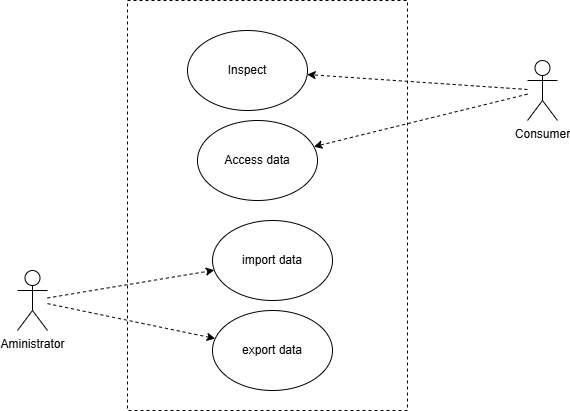
Earlier version of the draw.io export input/images/main-actors-and-usecases.drawio.png (euridice-org/jwg-api). Source tidied: cells renumbered, new cells last; positions are measured from the earlier drawing's top-left corner, leaving out a move shared by most shapes. The source it was exported from:
```xml
<mxGraphModel>
  <root>
    <mxCell id="0" />
    <mxCell id="1" parent="0" />
    <mxCell id="2" style="rounded=0;whiteSpace=wrap;html=1;dashed=1;fillColor=none;" parent="1" vertex="1">
      <mxGeometry x="110" width="280" height="410" as="geometry" />
    </mxCell>
    <mxCell id="3" value="Consumer" style="shape=umlActor;verticalLabelPosition=bottom;verticalAlign=top;html=1;outlineConnect=0;" parent="1" vertex="1">
      <mxGeometry x="510" y="60" width="30" height="60" as="geometry" />
    </mxCell>
    <mxCell id="4" value="Aministrator" style="shape=umlActor;verticalLabelPosition=bottom;verticalAlign=top;html=1;outlineConnect=0;" parent="1" vertex="1">
      <mxGeometry y="270" width="30" height="60" as="geometry" />
    </mxCell>
    <mxCell id="5" value="Inspect" style="ellipse;whiteSpace=wrap;html=1;" parent="1" vertex="1">
      <mxGeometry x="170" y="30" width="120" height="80" as="geometry" />
    </mxCell>
    <mxCell id="6" style="endArrow=classic;html=1;dashed=1;" parent="1" edge="1" source="3" target="5">
      <mxGeometry relative="1" as="geometry" />
    </mxCell>
    <mxCell id="7" style="endArrow=classic;html=1;dashed=1;" parent="1" edge="1" source="4" target="8">
      <mxGeometry relative="1" as="geometry" />
    </mxCell>
    <mxCell id="8" value="import data" style="ellipse;whiteSpace=wrap;html=1;" parent="1" vertex="1">
      <mxGeometry x="195" y="220" width="120" height="80" as="geometry" />
    </mxCell>
    <mxCell id="9" value="export data" style="ellipse;whiteSpace=wrap;html=1;" parent="1" vertex="1">
      <mxGeometry x="195" y="310" width="120" height="80" as="geometry" />
    </mxCell>
    <mxCell id="10" style="endArrow=classic;html=1;dashed=1;" parent="1" edge="1" source="4" target="9">
      <mxGeometry relative="1" as="geometry" />
    </mxCell>
    <mxCell id="11" value="Access data" style="ellipse;whiteSpace=wrap;html=1;" parent="1" vertex="1">
      <mxGeometry x="180" y="120" width="120" height="80" as="geometry" />
    </mxCell>
    <mxCell id="12" style="endArrow=classic;html=1;dashed=1;" parent="1" edge="1" source="3" target="11">
      <mxGeometry relative="1" as="geometry" />
    </mxCell>
  </root>
</mxGraphModel>
```
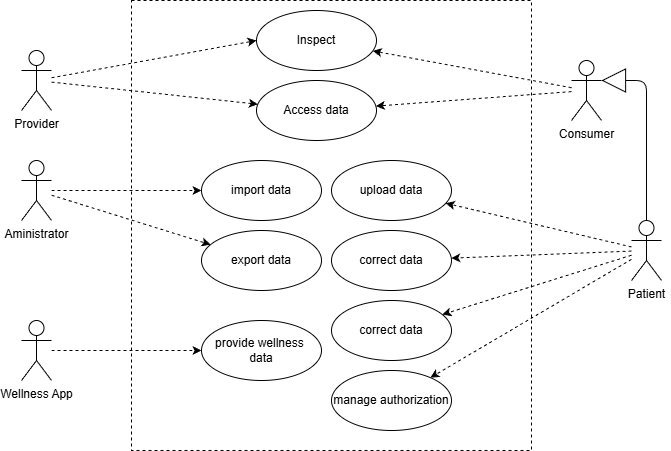
After the commit.

Commit message:
Refined use cases, fixed missing provenance revinlcude fields.

The edit, as a diff of the source:
```diff
@@ -3,16 +3,16 @@
     <mxCell id="0" />
     <mxCell id="1" parent="0" />
     <mxCell id="2" style="rounded=0;whiteSpace=wrap;html=1;dashed=1;fillColor=none;" parent="1" vertex="1">
-      <mxGeometry x="110" width="280" height="410" as="geometry" />
+      <mxGeometry x="70" width="400" height="450" as="geometry" />
     </mxCell>
     <mxCell id="3" value="Consumer" style="shape=umlActor;verticalLabelPosition=bottom;verticalAlign=top;html=1;outlineConnect=0;" parent="1" vertex="1">
       <mxGeometry x="510" y="60" width="30" height="60" as="geometry" />
     </mxCell>
     <mxCell id="4" value="Aministrator" style="shape=umlActor;verticalLabelPosition=bottom;verticalAlign=top;html=1;outlineConnect=0;" parent="1" vertex="1">
-      <mxGeometry y="270" width="30" height="60" as="geometry" />
+      <mxGeometry x="-40" y="160" width="30" height="60" as="geometry" />
     </mxCell>
     <mxCell id="5" value="Inspect" style="ellipse;whiteSpace=wrap;html=1;" parent="1" vertex="1">
-      <mxGeometry x="170" y="30" width="120" height="80" as="geometry" />
+      <mxGeometry x="195" y="10" width="120" height="60" as="geometry" />
     </mxCell>
     <mxCell id="6" style="endArrow=classic;html=1;dashed=1;" parent="1" edge="1" source="3" target="5">
       <mxGeometry relative="1" as="geometry" />
@@ -21,19 +21,73 @@
       <mxGeometry relative="1" as="geometry" />
     </mxCell>
     <mxCell id="8" value="import data" style="ellipse;whiteSpace=wrap;html=1;" parent="1" vertex="1">
-      <mxGeometry x="195" y="220" width="120" height="80" as="geometry" />
+      <mxGeometry x="140" y="160" width="120" height="60" as="geometry" />
     </mxCell>
     <mxCell id="9" value="export data" style="ellipse;whiteSpace=wrap;html=1;" parent="1" vertex="1">
-      <mxGeometry x="195" y="310" width="120" height="80" as="geometry" />
+      <mxGeometry x="140" y="230" width="120" height="60" as="geometry" />
     </mxCell>
     <mxCell id="10" style="endArrow=classic;html=1;dashed=1;" parent="1" edge="1" source="4" target="9">
       <mxGeometry relative="1" as="geometry" />
     </mxCell>
     <mxCell id="11" value="Access data" style="ellipse;whiteSpace=wrap;html=1;" parent="1" vertex="1">
-      <mxGeometry x="180" y="120" width="120" height="80" as="geometry" />
+      <mxGeometry x="195" y="80" width="120" height="60" as="geometry" />
     </mxCell>
     <mxCell id="12" style="endArrow=classic;html=1;dashed=1;" parent="1" edge="1" source="3" target="11">
       <mxGeometry relative="1" as="geometry" />
     </mxCell>
+    <mxCell id="13" value="upload data" style="ellipse;whiteSpace=wrap;html=1;" parent="1" vertex="1">
+      <mxGeometry x="270" y="160" width="120" height="60" as="geometry" />
+    </mxCell>
+    <mxCell id="14" value="correct data" style="ellipse;whiteSpace=wrap;html=1;" parent="1" vertex="1">
+      <mxGeometry x="270" y="230" width="120" height="60" as="geometry" />
+    </mxCell>
+    <mxCell id="15" value="correct data" style="ellipse;whiteSpace=wrap;html=1;" parent="1" vertex="1">
+      <mxGeometry x="270" y="300" width="120" height="60" as="geometry" />
+    </mxCell>
+    <mxCell id="16" value="Provider" style="shape=umlActor;verticalLabelPosition=bottom;verticalAlign=top;html=1;outlineConnect=0;" parent="1" vertex="1">
+      <mxGeometry x="-40" y="50" width="30" height="60" as="geometry" />
+    </mxCell>
+    <mxCell id="17" style="endArrow=classic;html=1;dashed=1;entryX=0;entryY=0.5;entryDx=0;entryDy=0;" parent="1" edge="1" source="16" target="5">
+      <mxGeometry relative="1" as="geometry" />
+    </mxCell>
+    <mxCell id="18" style="endArrow=classic;html=1;dashed=1;" parent="1" edge="1" source="16" target="11">
+      <mxGeometry relative="1" as="geometry" />
+    </mxCell>
+    <mxCell id="19" style="edgeStyle=orthogonalEdgeStyle;html=1;endArrow=block;endFill=0;endSize=22;entryX=1;entryY=0.3333333333333333;entryDx=0;entryDy=0;entryPerimeter=0;" parent="1" edge="1" source="20" target="3">
+      <mxGeometry relative="1" as="geometry">
+        <Array as="points">
+          <mxPoint x="585" y="80" />
+        </Array>
+      </mxGeometry>
+    </mxCell>
+    <mxCell id="20" value="Patient" style="shape=umlActor;verticalLabelPosition=bottom;verticalAlign=top;html=1;outlineConnect=0;" parent="1" vertex="1">
+      <mxGeometry x="570" y="220" width="30" height="60" as="geometry" />
+    </mxCell>
+    <mxCell id="21" value="&lt;span style=&quot;font-weight: normal;&quot;&gt;manage authorization&lt;/span&gt;" style="ellipse;whiteSpace=wrap;html=1;fontStyle=1;" parent="1" vertex="1">
+      <mxGeometry x="270" y="370" width="120" height="60" as="geometry" />
+    </mxCell>
+    <mxCell id="22" style="endArrow=classic;html=1;dashed=1;" parent="1" edge="1" source="20" target="13">
+      <mxGeometry relative="1" as="geometry" />
+    </mxCell>
+    <mxCell id="23" style="endArrow=classic;html=1;dashed=1;" parent="1" edge="1" source="20" target="14">
+      <mxGeometry relative="1" as="geometry" />
+    </mxCell>
+    <mxCell id="24" style="endArrow=classic;html=1;dashed=1;" parent="1" edge="1" source="20" target="15">
+      <mxGeometry relative="1" as="geometry" />
+    </mxCell>
+    <mxCell id="25" style="endArrow=classic;html=1;dashed=1;" parent="1" edge="1" source="20" target="21">
+      <mxGeometry relative="1" as="geometry" />
+    </mxCell>
+    <mxCell id="26" value="Wellness App" style="shape=umlActor;verticalLabelPosition=bottom;verticalAlign=top;html=1;outlineConnect=0;" parent="1" vertex="1">
+      <mxGeometry x="-40" y="320" width="30" height="60" as="geometry" />
+    </mxCell>
+    <mxCell id="27" style="endArrow=classic;html=1;dashed=1;" parent="1" edge="1" source="26">
+      <mxGeometry relative="1" as="geometry">
+        <mxPoint x="140" y="350" as="targetPoint" />
+      </mxGeometry>
+    </mxCell>
+    <mxCell id="28" value="provide wellness&amp;nbsp;&lt;div&gt;data&lt;/div&gt;" style="ellipse;whiteSpace=wrap;html=1;" parent="1" vertex="1">
+      <mxGeometry x="140" y="320" width="120" height="60" as="geometry" />
+    </mxCell>
   </root>
 </mxGraphModel>
```
